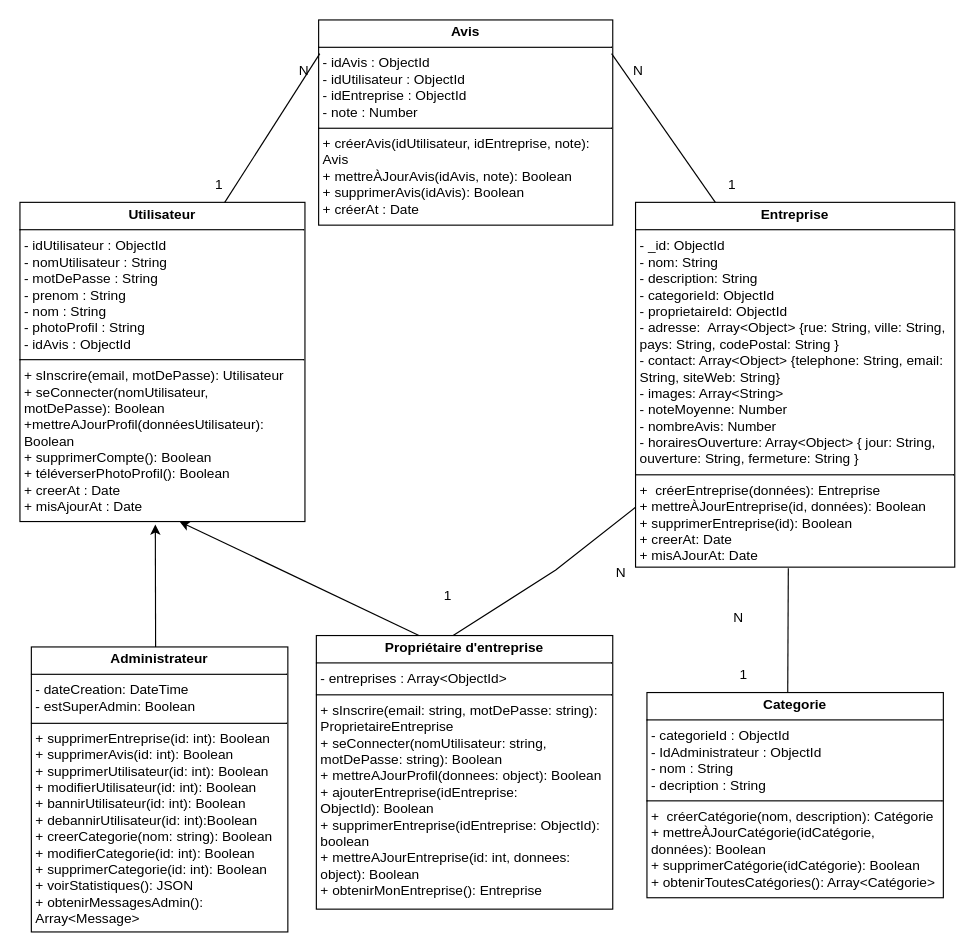
This is classdernier.drawio from Rahma3-sys/Searchgi, a draw.io file, before an edit. Source tidied: cells renumbered, new cells numbered last; positions are measured from the earlier drawing's top-left corner, leaving out a move shared by most shapes. Both pictures are drawn from the tidied source at 114%, with x=0, y=0 at pixel (19, 19).
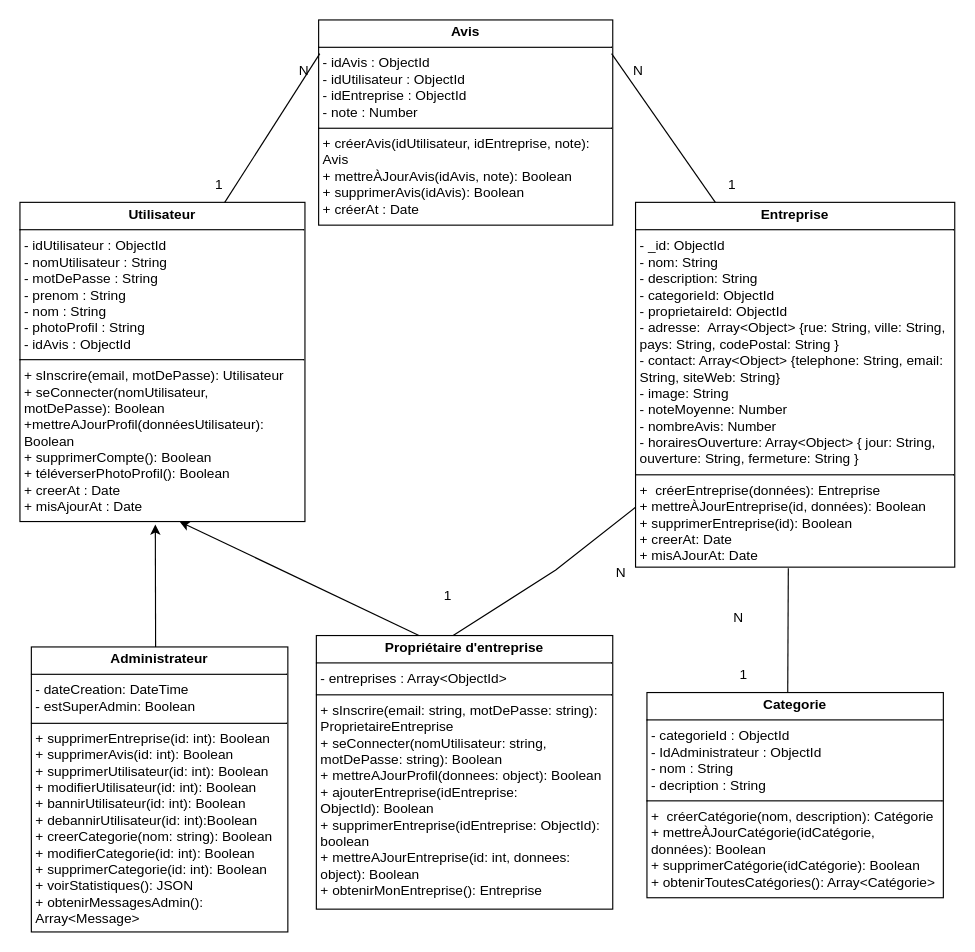
The same diagram, later.

Commit message (it also covers changes not shown here):
Mettre à jour classdernier.drawio

Diff of the diagram source:
```diff
@@
-    <mxCell id="5" value="&lt;p style=&quot;margin:0px;margin-top:4px;text-align:center;&quot;&gt;&lt;b&gt;Entreprise&lt;/b&gt;&lt;/p&gt;&lt;hr size=&quot;1&quot; style=&quot;border-style:solid;&quot;&gt;&lt;p style=&quot;margin:0px;margin-left:4px;&quot;&gt;&lt;span style=&quot;background-color: transparent;&quot;&gt;- _id: ObjectId&amp;nbsp; &amp;nbsp; &amp;nbsp; &amp;nbsp; &amp;nbsp; &amp;nbsp; &amp;nbsp; &amp;nbsp;&amp;nbsp;&lt;/span&gt;&lt;/p&gt;&lt;p style=&quot;margin:0px;margin-left:4px;&quot;&gt;- nom: String&amp;nbsp; &amp;nbsp; &amp;nbsp; &amp;nbsp; &amp;nbsp; &amp;nbsp; &amp;nbsp; &amp;nbsp; &amp;nbsp;&amp;nbsp;&lt;/p&gt;&lt;p style=&quot;margin:0px;margin-left:4px;&quot;&gt;- description: String&amp;nbsp; &amp;nbsp; &amp;nbsp; &amp;nbsp; &amp;nbsp;&amp;nbsp;&lt;/p&gt;&lt;p style=&quot;margin:0px;margin-left:4px;&quot;&gt;- categorieId: ObjectId&lt;/p&gt;&lt;p style=&quot;margin:0px;margin-left:4px;&quot;&gt;- proprietaireId: ObjectId&lt;/p&gt;&lt;p style=&quot;margin:0px;margin-left:4px;&quot;&gt;- adresse:&amp;nbsp; Array&amp;lt;Object&amp;gt; {rue: String, ville: String, pays: String, codePostal: String }&lt;/p&gt;&lt;p style=&quot;margin:0px;margin-left:4px;&quot;&gt;- contact: Array&amp;lt;Object&amp;gt; {telephone: String, email: String, siteWeb: String}&lt;/p&gt;&lt;p style=&quot;margin:0px;margin-left:4px;&quot;&gt;- images: Array&amp;lt;String&amp;gt;&lt;/p&gt;&lt;p style=&quot;margin:0px;margin-left:4px;&quot;&gt;- noteMoyenne: Number&lt;/p&gt;&lt;p style=&quot;margin:0px;margin-left:4px;&quot;&gt;- nombreAvis: Number&lt;/p&gt;&lt;p style=&quot;margin:0px;margin-left:4px;&quot;&gt;- horairesOuverture: Array&amp;lt;Object&amp;gt; { jour: String, ouverture: String, fermeture: String }&lt;br&gt;&lt;/p&gt;&lt;hr size=&quot;1&quot; style=&quot;border-style:solid;&quot;&gt;&lt;p style=&quot;margin:0px;margin-left:4px;&quot;&gt;+&amp;nbsp;&lt;span style=&quot;background-color: transparent;&quot;&gt;&amp;nbsp;créer&lt;/span&gt;Entreprise&lt;span style=&quot;background-color: transparent;&quot;&gt;(données):&amp;nbsp;&lt;/span&gt;&lt;span style=&quot;background-color: transparent; color: light-dark(rgb(0, 0, 0), rgb(255, 255, 255));&quot;&gt;Entreprise&lt;/span&gt;&lt;/p&gt;&lt;p style=&quot;margin:0px;margin-left:4px;&quot;&gt;+ mettreÀJourEntreprise(id, données):&amp;nbsp;&lt;span style=&quot;background-color: transparent; color: light-dark(rgb(0, 0, 0), rgb(255, 255, 255));&quot;&gt;Boolean&amp;nbsp;&amp;nbsp;&lt;/span&gt;&lt;/p&gt;&lt;p style=&quot;margin:0px;margin-left:4px;&quot;&gt;+ supprimerEntreprise(id):&amp;nbsp;&lt;span style=&quot;background-color: transparent; color: light-dark(rgb(0, 0, 0), rgb(255, 255, 255));&quot;&gt;Boolean&amp;nbsp;&amp;nbsp;&lt;/span&gt;&lt;/p&gt;&lt;p style=&quot;margin:0px;margin-left:4px;&quot;&gt;&lt;span style=&quot;background-color: transparent; color: light-dark(rgb(0, 0, 0), rgb(255, 255, 255));&quot;&gt;+ creerAt: Date&lt;/span&gt;&lt;/p&gt;&lt;p style=&quot;margin: 0px 0px 0px 4px;&quot;&gt;&lt;span style=&quot;background-color: transparent; color: light-dark(rgb(0, 0, 0), rgb(255, 255, 255));&quot;&gt;+ misAJourAt: Date&amp;nbsp; &amp;nbsp;&lt;/span&gt;&lt;/p&gt;" style="verticalAlign=top;align=left;overflow=fill;html=1;whiteSpace=wrap;" parent="1" vertex="1">
+    <mxCell id="5" value="&lt;p style=&quot;margin:0px;margin-top:4px;text-align:center;&quot;&gt;&lt;b&gt;Entreprise&lt;/b&gt;&lt;/p&gt;&lt;hr size=&quot;1&quot; style=&quot;border-style:solid;&quot;&gt;&lt;p style=&quot;margin:0px;margin-left:4px;&quot;&gt;&lt;span style=&quot;background-color: transparent;&quot;&gt;- _id: ObjectId&amp;nbsp; &amp;nbsp; &amp;nbsp; &amp;nbsp; &amp;nbsp; &amp;nbsp; &amp;nbsp; &amp;nbsp;&amp;nbsp;&lt;/span&gt;&lt;/p&gt;&lt;p style=&quot;margin:0px;margin-left:4px;&quot;&gt;- nom: String&amp;nbsp; &amp;nbsp; &amp;nbsp; &amp;nbsp; &amp;nbsp; &amp;nbsp; &amp;nbsp; &amp;nbsp; &amp;nbsp;&amp;nbsp;&lt;/p&gt;&lt;p style=&quot;margin:0px;margin-left:4px;&quot;&gt;- description: String&amp;nbsp; &amp;nbsp; &amp;nbsp; &amp;nbsp; &amp;nbsp;&amp;nbsp;&lt;/p&gt;&lt;p style=&quot;margin:0px;margin-left:4px;&quot;&gt;- categorieId: ObjectId&lt;/p&gt;&lt;p style=&quot;margin:0px;margin-left:4px;&quot;&gt;- proprietaireId: ObjectId&lt;/p&gt;&lt;p style=&quot;margin:0px;margin-left:4px;&quot;&gt;- adresse:&amp;nbsp; Array&amp;lt;Object&amp;gt; {rue: String, ville: String, pays: String, codePostal: String }&lt;/p&gt;&lt;p style=&quot;margin:0px;margin-left:4px;&quot;&gt;- contact: Array&amp;lt;Object&amp;gt; {telephone: String, email: String, siteWeb: String}&lt;/p&gt;&lt;p style=&quot;margin:0px;margin-left:4px;&quot;&gt;- image: String&lt;/p&gt;&lt;p style=&quot;margin:0px;margin-left:4px;&quot;&gt;- noteMoyenne: Number&lt;/p&gt;&lt;p style=&quot;margin:0px;margin-left:4px;&quot;&gt;- nombreAvis: Number&lt;/p&gt;&lt;p style=&quot;margin:0px;margin-left:4px;&quot;&gt;- horairesOuverture: Array&amp;lt;Object&amp;gt; { jour: String, ouverture: String, fermeture: String }&lt;br&gt;&lt;/p&gt;&lt;hr size=&quot;1&quot; style=&quot;border-style:solid;&quot;&gt;&lt;p style=&quot;margin:0px;margin-left:4px;&quot;&gt;+&amp;nbsp;&lt;span style=&quot;background-color: transparent;&quot;&gt;&amp;nbsp;créer&lt;/span&gt;Entreprise&lt;span style=&quot;background-color: transparent;&quot;&gt;(données):&amp;nbsp;&lt;/span&gt;&lt;span style=&quot;background-color: transparent; color: light-dark(rgb(0, 0, 0), rgb(255, 255, 255));&quot;&gt;Entreprise&lt;/span&gt;&lt;/p&gt;&lt;p style=&quot;margin:0px;margin-left:4px;&quot;&gt;+ mettreÀJourEntreprise(id, données):&amp;nbsp;&lt;span style=&quot;background-color: transparent; color: light-dark(rgb(0, 0, 0), rgb(255, 255, 255));&quot;&gt;Boolean&amp;nbsp;&amp;nbsp;&lt;/span&gt;&lt;/p&gt;&lt;p style=&quot;margin:0px;margin-left:4px;&quot;&gt;+ supprimerEntreprise(id):&amp;nbsp;&lt;span style=&quot;background-color: transparent; color: light-dark(rgb(0, 0, 0), rgb(255, 255, 255));&quot;&gt;Boolean&amp;nbsp;&amp;nbsp;&lt;/span&gt;&lt;/p&gt;&lt;p style=&quot;margin:0px;margin-left:4px;&quot;&gt;&lt;span style=&quot;background-color: transparent; color: light-dark(rgb(0, 0, 0), rgb(255, 255, 255));&quot;&gt;+ creerAt: Date&lt;/span&gt;&lt;/p&gt;&lt;p style=&quot;margin: 0px 0px 0px 4px;&quot;&gt;&lt;span style=&quot;background-color: transparent; color: light-dark(rgb(0, 0, 0), rgb(255, 255, 255));&quot;&gt;+ misAJourAt: Date&amp;nbsp; &amp;nbsp;&lt;/span&gt;&lt;/p&gt;" style="verticalAlign=top;align=left;overflow=fill;html=1;whiteSpace=wrap;" parent="1" vertex="1">
       <mxGeometry x="540" y="160" width="280" height="320" as="geometry" />
     </mxCell>
```
